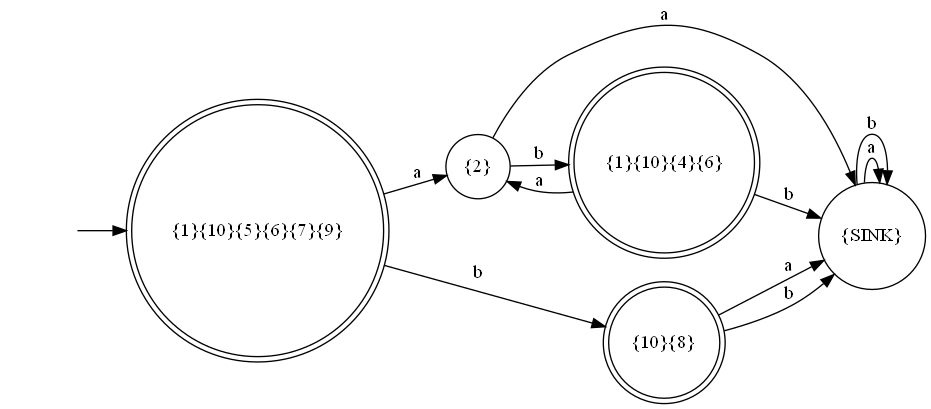
Earlier version of the Graphviz export Automate Picture/AutomataConvertedDFAPicture.dot.png (arjen0203/AutomataReader). Its source is kept beside it as Automate Picture/AutomataConvertedDFAPicture.dot.
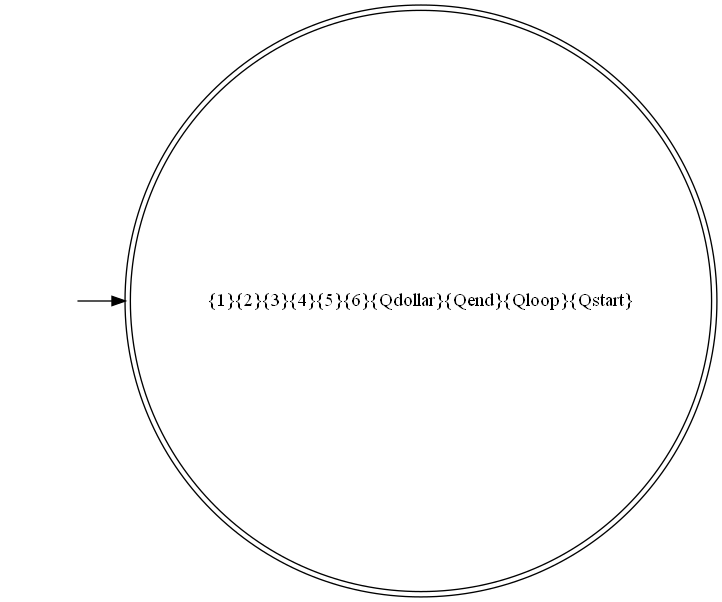
The same file after the commit.

Diff of the diagram source:
```diff
@@ -1,21 +1,7 @@
 digraph myAutomatonDFA {
 rankdir=LR;
 "" [shape=none]
-"{1}{10}{5}{6}{7}{9}" [shape=doublecircle]
-"{2}" [shape=circle]
-"{10}{8}" [shape=doublecircle]
-"{SINK}" [shape=circle]
-"{1}{10}{4}{6}" [shape=doublecircle]
+"{1}{2}{3}{4}{5}{6}{Qdollar}{Qend}{Qloop}{Qstart}" [shape=doublecircle]
 
-"" -> "{1}{10}{5}{6}{7}{9}"
-"{1}{10}{5}{6}{7}{9}" -> "{2}" [label="a"]
-"{1}{10}{5}{6}{7}{9}" -> "{10}{8}" [label="b"]
-"{2}" -> "{SINK}" [label="a"]
-"{2}" -> "{1}{10}{4}{6}" [label="b"]
-"{10}{8}" -> "{SINK}" [label="a"]
-"{10}{8}" -> "{SINK}" [label="b"]
-"{SINK}" -> "{SINK}" [label="a"]
-"{SINK}" -> "{SINK}" [label="b"]
-"{1}{10}{4}{6}" -> "{2}" [label="a"]
-"{1}{10}{4}{6}" -> "{SINK}" [label="b"]
+"" -> "{1}{2}{3}{4}{5}{6}{Qdollar}{Qend}{Qloop}{Qstart}"
 }
```
